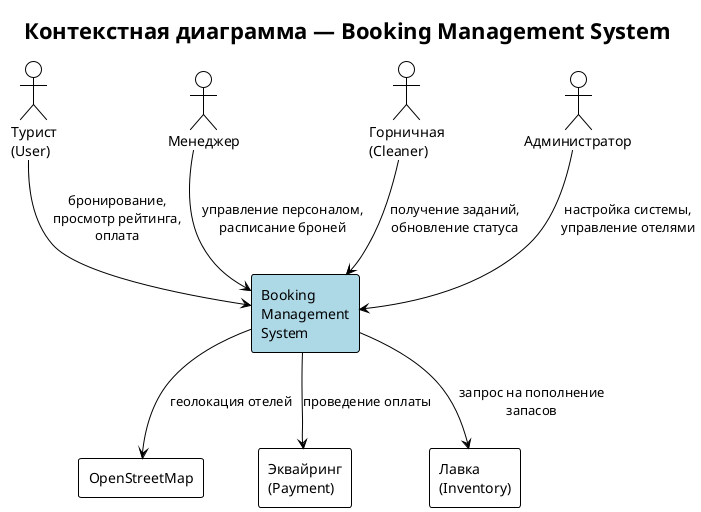
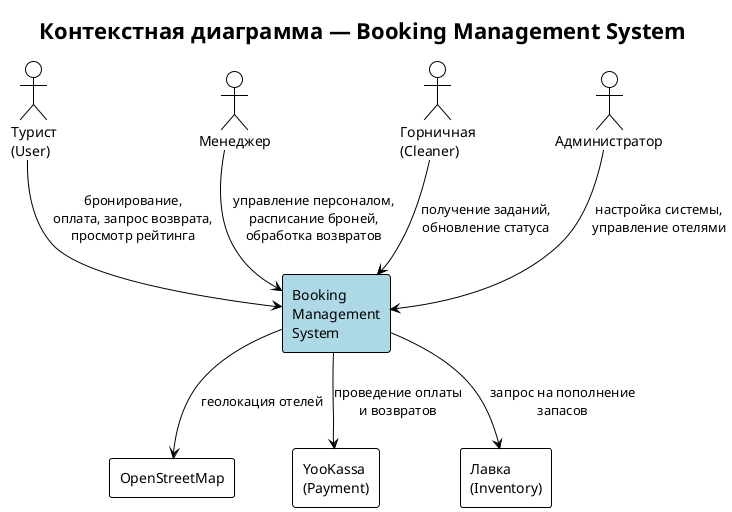
@startuml context
!theme plain
title Контекстная диаграмма — Booking Management System

' External actors
actor "Турист\n(User)" as tourist
actor "Менеджер" as manager
actor "Горничная\n(Cleaner)" as cleaner
actor "Администратор" as admin

' External systems
rectangle "OpenStreetMap" as osm
- rectangle "Эквайринг\n(Payment)" as payment
+ rectangle "YooKassa\n(Payment)" as payment
rectangle "Лавка\n(Inventory)" as lavka

' Central system
rectangle "Booking\nManagement\nSystem" as bms #LightBlue {
}

' Connections
- tourist --> bms : бронирование,\nпросмотр рейтинга,\nоплата
- manager --> bms : управление персоналом,\nрасписание броней
+ tourist --> bms : бронирование,\nоплата, запрос возврата,\nпросмотр рейтинга
+ manager --> bms : управление персоналом,\nрасписание броней,\nобработка возвратов
cleaner --> bms : получение заданий,\nобновление статуса
admin --> bms : настройка системы,\nуправление отелями

- bms --> payment : проведение оплаты
+ bms --> payment : проведение оплаты\nи возвратов
bms --> osm : геолокация отелей
bms --> lavka : запрос на пополнение\nзапасов

@enduml
